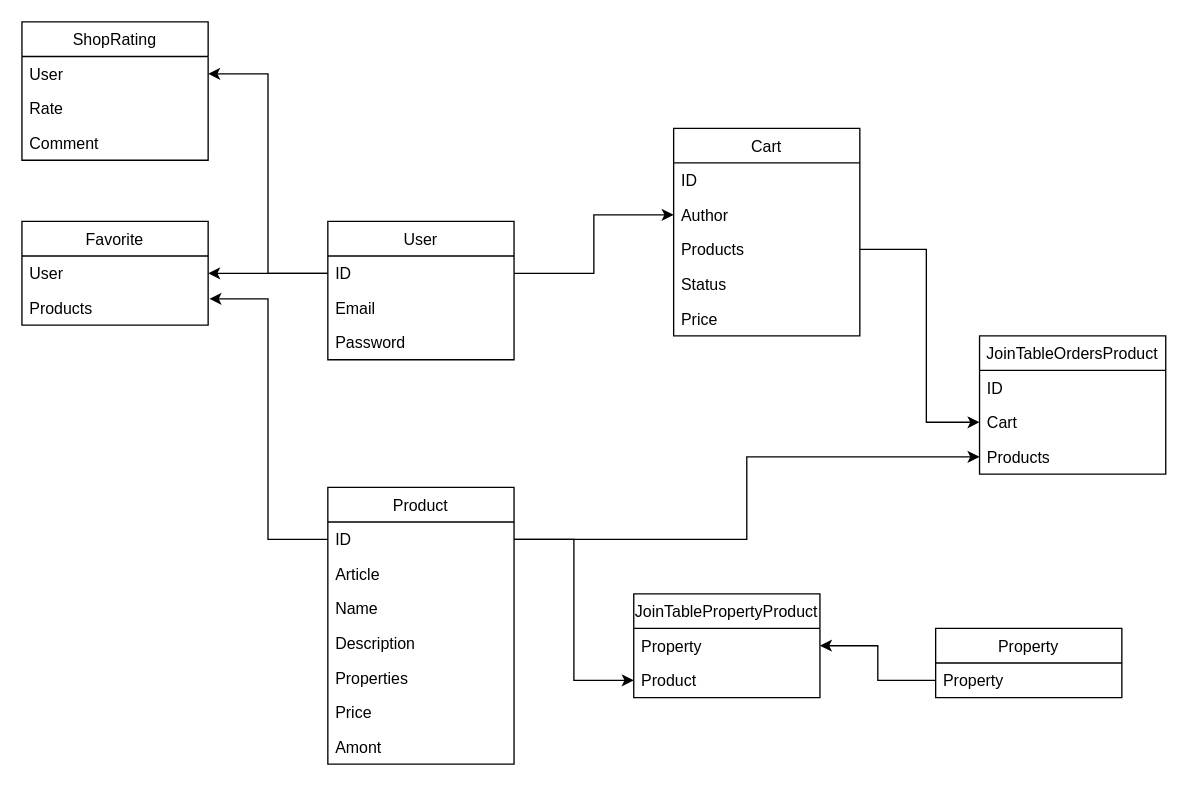
Above: nenavalniy.drawio in MiKaMoRe/nenavalniy (draw.io), before the change. Source tidied: cells renumbered, new cells numbered last; positions are measured from the earlier drawing's top-left corner, leaving out a move shared by most shapes. Both pictures are drawn from the tidied source at 133%, with x=0, y=0 at pixel (21, 21).
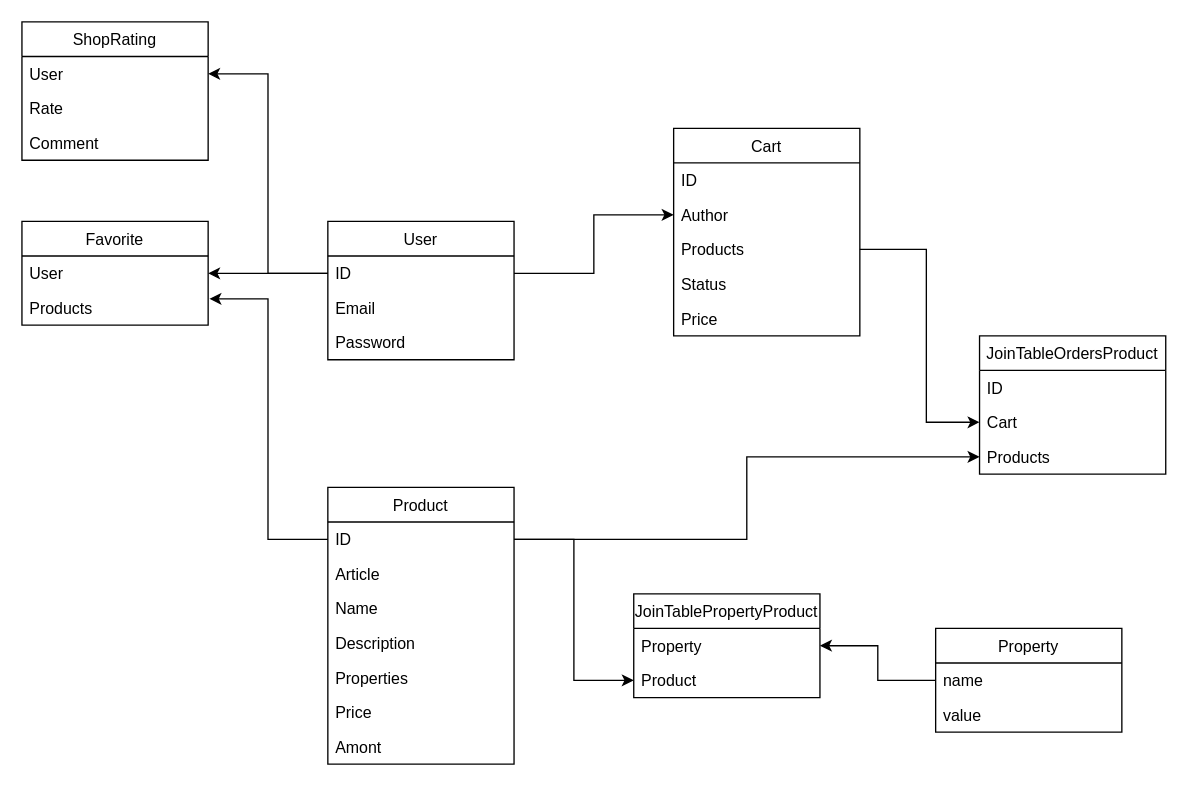
The same page after the edit.

What changed in the source:
```diff
@@
     <mxCell id="36" value="Property" style="swimlane;fontStyle=0;horizontal=1;startSize=26;" parent="1" vertex="1">
-      <mxGeometry x="687" y="456" width="140" height="52" as="geometry" />
+      <mxGeometry x="687" y="456" width="140" height="78" as="geometry" />
     </mxCell>
-    <mxCell id="37" value="Property" style="text;strokeColor=none;fillColor=none;align=left;verticalAlign=top;spacingLeft=4;spacingRight=4;overflow=hidden;points=[[0,0.5],[1,0.5]];portConstraint=eastwest;" parent="36" vertex="1">
+    <mxCell id="37" value="name" style="text;strokeColor=none;fillColor=none;align=left;verticalAlign=top;spacingLeft=4;spacingRight=4;overflow=hidden;points=[[0,0.5],[1,0.5]];portConstraint=eastwest;" parent="36" vertex="1">
       <mxGeometry y="26" width="140" height="26" as="geometry" />
     </mxCell>
+    <mxCell id="44" value="value" style="text;strokeColor=none;fillColor=none;align=left;verticalAlign=top;spacingLeft=4;spacingRight=4;overflow=hidden;" parent="36" vertex="1">
+      <mxGeometry y="52" width="140" height="26" as="geometry" />
+    </mxCell>
```
